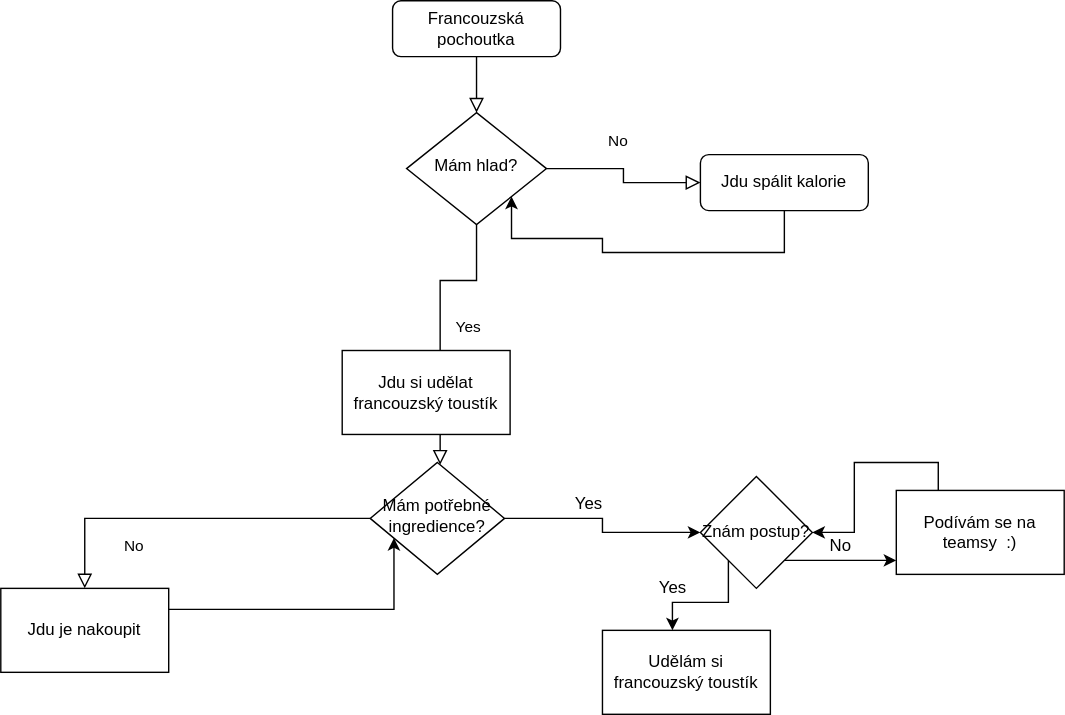
The draw.io diagram složka/Francouzský toustík.svg in dankolar69/diagrams.net-1, before a commit. Source tidied: cells renumbered, new cells last; positions are measured from the earlier drawing's top-left corner, leaving out a move shared by most shapes.
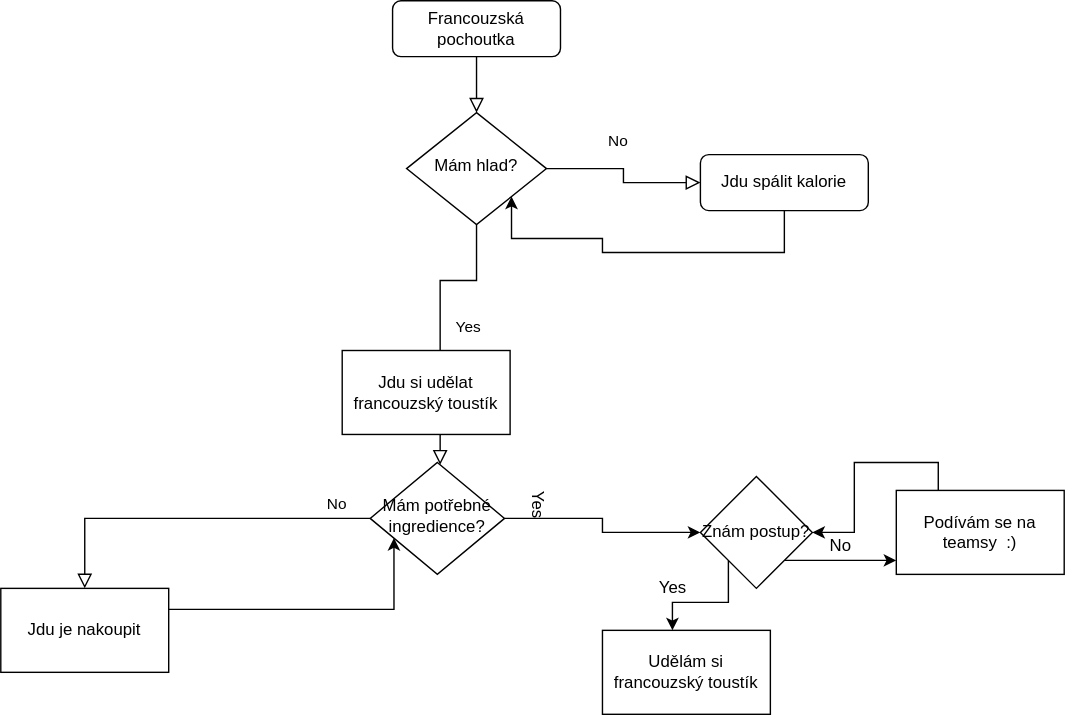
The same file after the commit.

Change to the diagram source:
```diff
@@ -36,7 +36,7 @@
       <mxGeometry x="500" y="110" width="120" height="40" as="geometry" />
     </mxCell>
     <mxCell id="9" value="No" style="rounded=0;html=1;jettySize=auto;fontSize=11;endArrow=block;endFill=0;endSize=8;strokeWidth=1;shadow=0;labelBackgroundColor=none;edgeStyle=orthogonalEdgeStyle;" parent="1" edge="1" source="11" target="14">
-      <mxGeometry x="0.33" y="20" relative="1" as="geometry" />
+      <mxGeometry x="-0.81" y="-10" relative="1" as="geometry" />
     </mxCell>
     <mxCell id="10" style="edgeStyle=orthogonalEdgeStyle;rounded=0;jettySize=auto;html=1;" parent="1" edge="1" source="11">
       <mxGeometry relative="1" as="geometry">
@@ -55,8 +55,8 @@
     <mxCell id="14" value="Jdu je nakoupit" style="rounded=0;whiteSpace=wrap;html=1;" parent="1" vertex="1">
       <mxGeometry y="420" width="120" height="60" as="geometry" />
     </mxCell>
-    <mxCell id="15" value="Yes" style="text;html=1;align=center;verticalAlign=middle;strokeColor=none;fillColor=none;" parent="1" vertex="1">
-      <mxGeometry x="400" y="350" width="40" height="20" as="geometry" />
+    <mxCell id="15" value="Yes" style="text;html=1;align=center;verticalAlign=middle;strokeColor=none;fillColor=none;rotation=90;" parent="1" vertex="1">
+      <mxGeometry x="364" y="350" width="40" height="20" as="geometry" />
     </mxCell>
     <mxCell id="16" style="edgeStyle=orthogonalEdgeStyle;rounded=0;jettySize=auto;html=1;exitX=0;exitY=1;exitDx=0;exitDy=0;" parent="1" edge="1" source="18">
       <mxGeometry relative="1" as="geometry">
```
